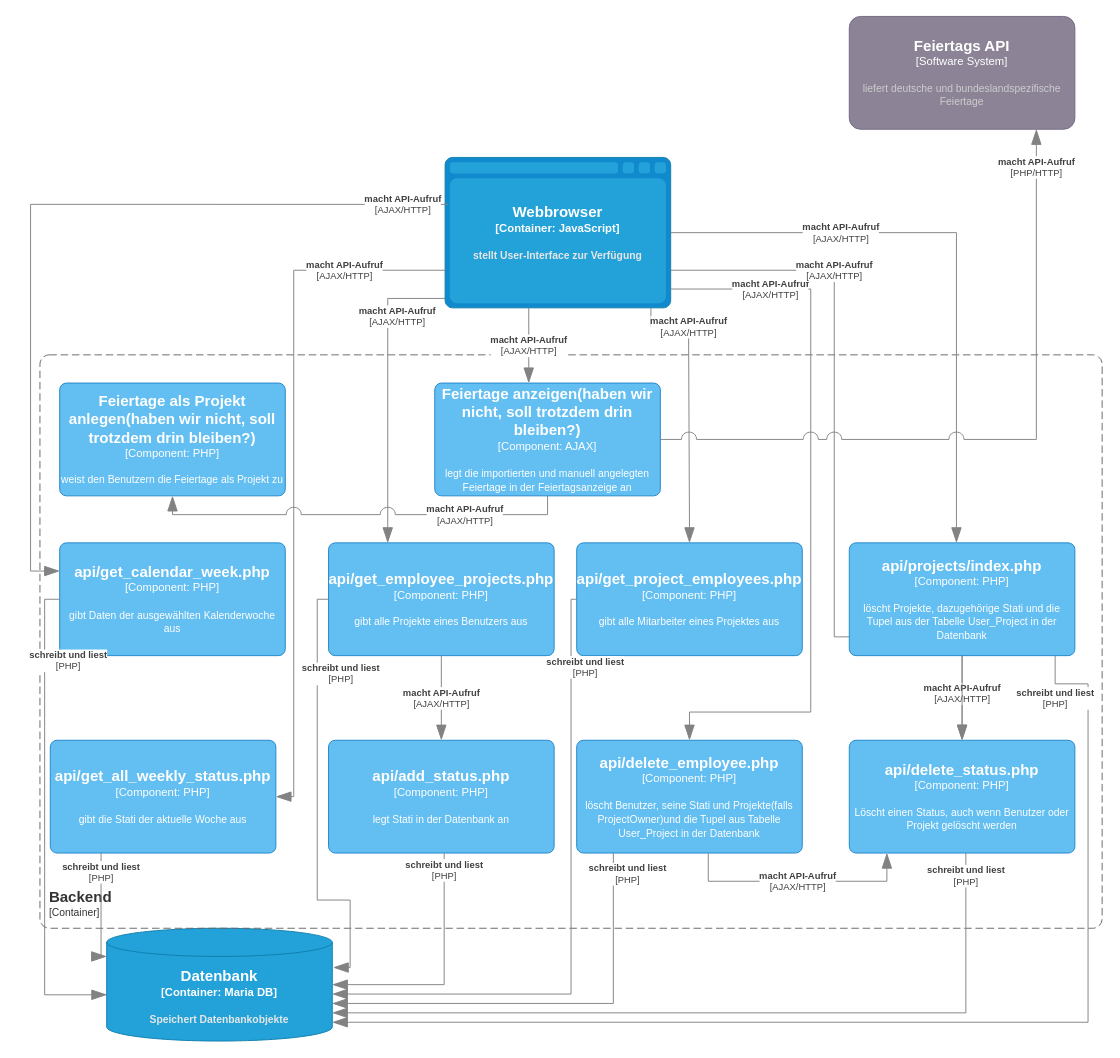
PowerOfCreation/E1Ressourcenverwaltung keeps this draw.io diagram as docs/architecture/images/c4 3 schicht.drawio. Above is the earlier version. Source tidied: cells renumbered, new cells numbered last; positions are measured from the earlier drawing's top-left corner, leaving out a move shared by most shapes. Both pictures are drawn from the tidied source at 94%, with x=0, y=0 at pixel (30, 16).
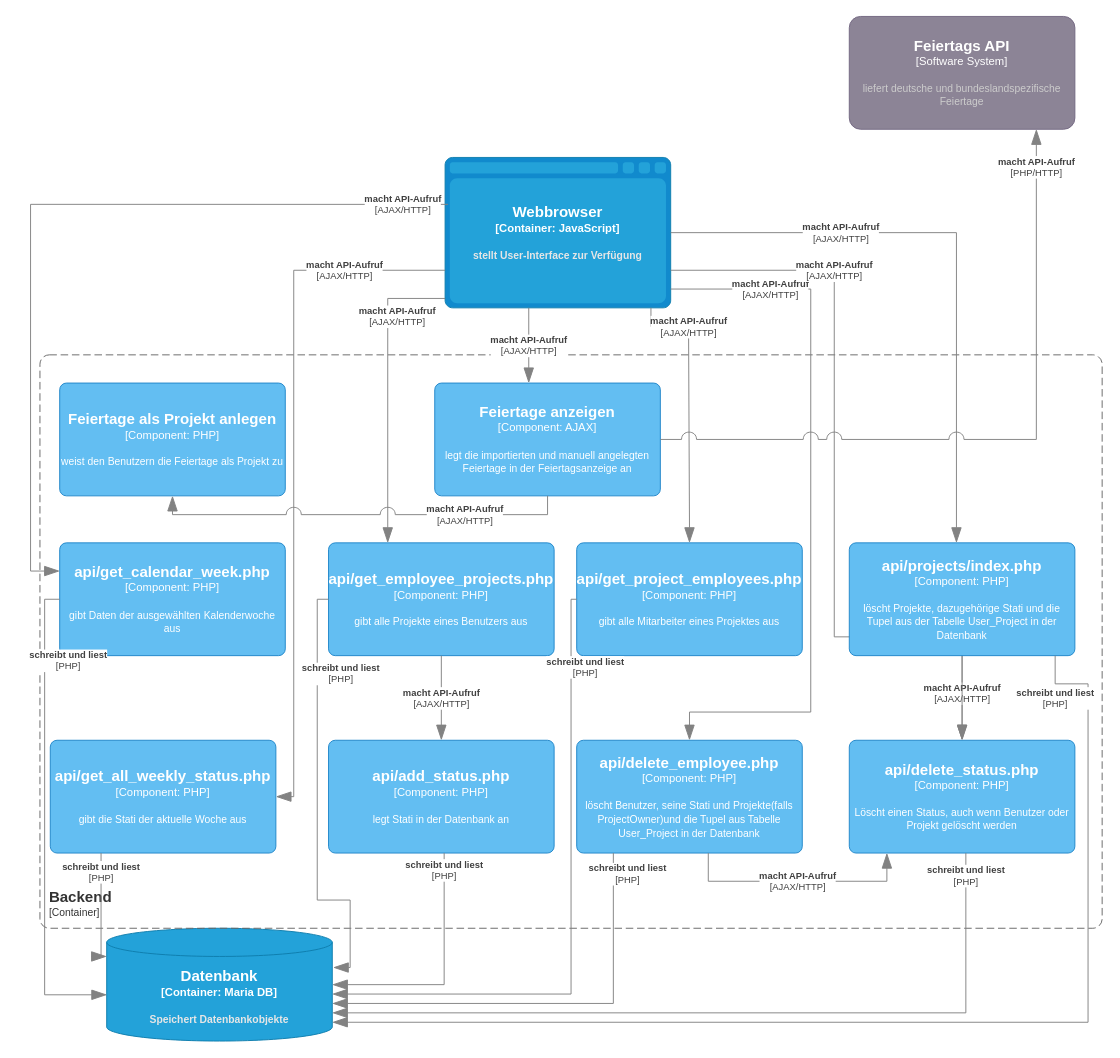
The same page after the edit.

Commit message (it also covers changes not shown here):
2 Varianten C4 3 Schicht

Diff of the diagram source:
```diff
@@
-    <object id="32" label="&lt;font style=&quot;font-size: 16px&quot;&gt;&lt;b&gt;%c4Name%&lt;/b&gt;&lt;/font&gt;&lt;div&gt;[%c4Type%: %c4Technology%]&lt;/div&gt;&lt;br&gt;&lt;div&gt;&lt;font style=&quot;font-size: 11px&quot;&gt;%c4Description%&lt;/font&gt;&lt;/div&gt;" c4Description="weist den Benutzern die Feiertage als Projekt zu" c4Name="Feiertage als Projekt anlegen(haben wir nicht, soll trotzdem drin bleiben?)&#10;" c4Technology="PHP" c4Type="Component" placeholders="1">
+    <object id="32" label="&lt;font style=&quot;font-size: 16px&quot;&gt;&lt;b&gt;%c4Name%&lt;/b&gt;&lt;/font&gt;&lt;div&gt;[%c4Type%: %c4Technology%]&lt;/div&gt;&lt;br&gt;&lt;div&gt;&lt;font style=&quot;font-size: 11px&quot;&gt;%c4Description%&lt;/font&gt;&lt;/div&gt;" c4Description="weist den Benutzern die Feiertage als Projekt zu" c4Name="Feiertage als Projekt anlegen" c4Technology="PHP" c4Type="Component" placeholders="1">
       <mxCell style="rounded=1;whiteSpace=wrap;html=1;labelBackgroundColor=none;fillColor=#63BEF2;fontColor=#ffffff;align=center;arcSize=6;strokeColor=#2086C9;points=[[0.25,0,0],[0.5,0,0],[0.75,0,0],[1,0.25,0],[1,0.5,0],[1,0.75,0],[0.75,1,0],[0.5,1,0],[0.25,1,0],[0,0.75,0],[0,0.5,0],[0,0.25,0]];" parent="1" vertex="1">
         <mxGeometry x="31" y="390" width="240" height="120" as="geometry" />
       </mxCell>
     </object>
-    <object id="33" label="&lt;font style=&quot;font-size: 16px&quot;&gt;&lt;b&gt;%c4Name%&lt;/b&gt;&lt;/font&gt;&lt;div&gt;[%c4Type%: %c4Technology%]&lt;/div&gt;&lt;br&gt;&lt;div&gt;&lt;font style=&quot;font-size: 11px&quot;&gt;%c4Description%&lt;/font&gt;&lt;/div&gt;" c4Description="legt die importierten und manuell angelegten Feiertage in der Feiertagsanzeige an" c4Name="Feiertage anzeigen(haben wir nicht, soll trotzdem drin bleiben?)&#10;" c4Technology="AJAX" c4Type="Component" placeholders="1">
+    <object id="33" label="&lt;font style=&quot;font-size: 16px&quot;&gt;&lt;b&gt;%c4Name%&lt;/b&gt;&lt;/font&gt;&lt;div&gt;[%c4Type%: %c4Technology%]&lt;/div&gt;&lt;br&gt;&lt;div&gt;&lt;font style=&quot;font-size: 11px&quot;&gt;%c4Description%&lt;/font&gt;&lt;/div&gt;" c4Description="legt die importierten und manuell angelegten Feiertage in der Feiertagsanzeige an" c4Name="Feiertage anzeigen&#10;" c4Technology="AJAX" c4Type="Component" placeholders="1">
       <mxCell style="rounded=1;whiteSpace=wrap;html=1;labelBackgroundColor=none;fillColor=#63BEF2;fontColor=#ffffff;align=center;arcSize=6;strokeColor=#2086C9;points=[[0.25,0,0],[0.5,0,0],[0.75,0,0],[1,0.25,0],[1,0.5,0],[1,0.75,0],[0.75,1,0],[0.5,1,0],[0.25,1,0],[0,0.75,0],[0,0.5,0],[0,0.25,0]];" parent="1" vertex="1">
         <mxGeometry x="430" y="390" width="240" height="120" as="geometry" />
       </mxCell>
     </object>
```
